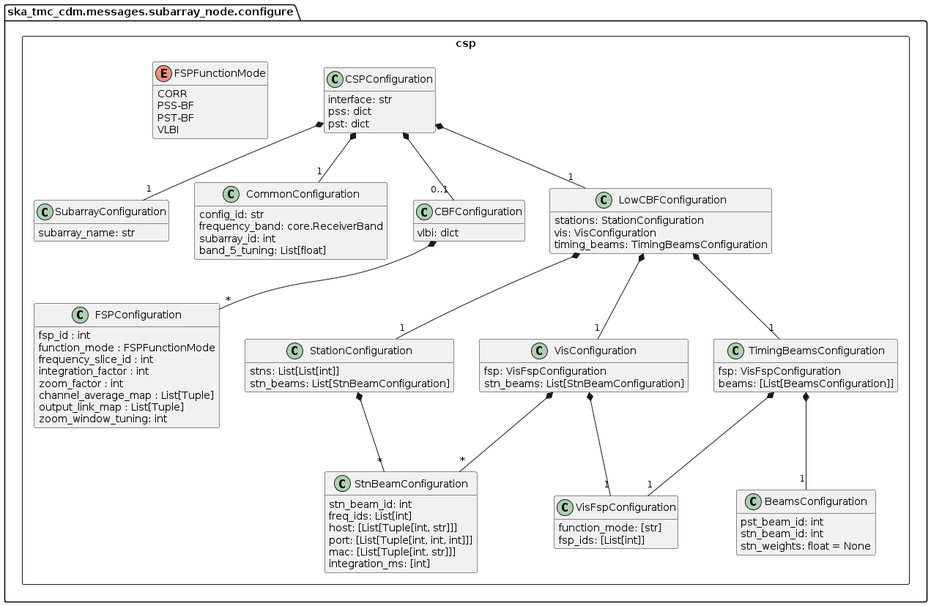
Earlier version of the PlantUML export docs/src/developer/subarraynode/csp.png (ska-telescope/cdm-shared-library).
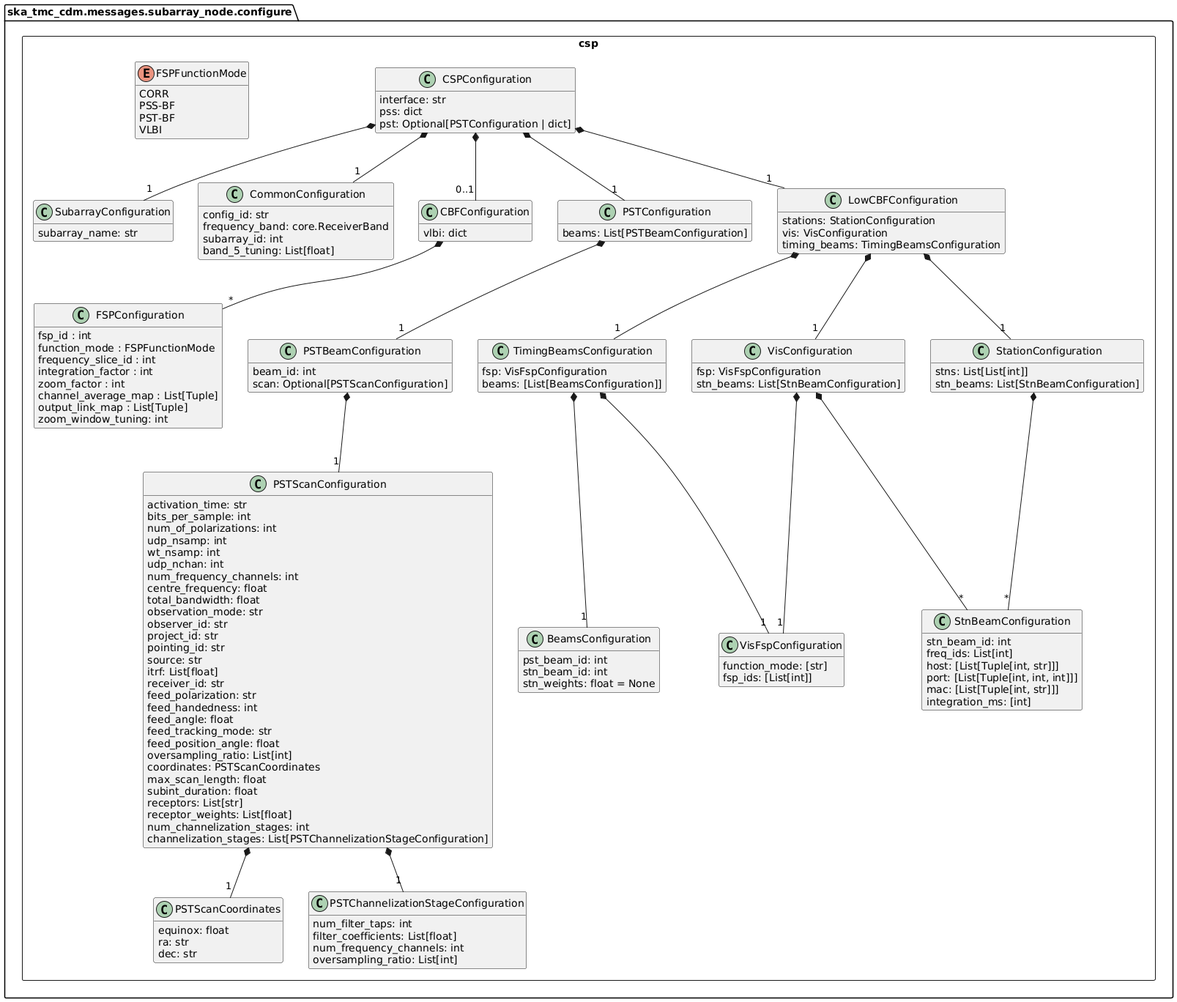
After the commit.

Diff of the diagram source:
```diff
@@ -41,10 +41,64 @@
 			zoom_window_tuning: int
 		}
 
+		class PSTScanConfiguration {
+			activation_time: str
+			bits_per_sample: int
+			num_of_polarizations: int
+			udp_nsamp: int
+			wt_nsamp: int
+			udp_nchan: int
+			num_frequency_channels: int
+			centre_frequency: float
+			total_bandwidth: float
+			observation_mode: str
+			observer_id: str
+			project_id: str
+			pointing_id: str
+			source: str
+			itrf: List[float]
+			receiver_id: str
+			feed_polarization: str
+			feed_handedness: int
+			feed_angle: float
+			feed_tracking_mode: str
+			feed_position_angle: float
+			oversampling_ratio: List[int]
+			coordinates: PSTScanCoordinates
+			max_scan_length: float
+			subint_duration: float
+			receptors: List[str]
+			receptor_weights: List[float]
+			num_channelization_stages: int
+			channelization_stages: List[PSTChannelizationStageConfiguration]
+		}
+
+		class PSTBeamConfiguration {
+			beam_id: int
+            scan: Optional[PSTScanConfiguration]
+		}
+
+		class PSTScanCoordinates {
+			equinox: float
+			ra: str
+			dec: str
+		}
+
+		class PSTChannelizationStageConfiguration {
+			num_filter_taps: int
+			filter_coefficients: List[float]
+			num_frequency_channels: int
+			oversampling_ratio: List[int]
+		}
+
+		class PSTConfiguration {
+			beams: List[PSTBeamConfiguration]
+		}
+
 		class CSPConfiguration {
 	        interface: str
 	        pss: dict
-	        pst: dict
+	        pst: Optional[PSTConfiguration | dict]
 
 		}
 
@@ -94,6 +148,11 @@
 		CSPConfiguration *-- "1" SubarrayConfiguration
 		CSPConfiguration *-- "0..1" CBFConfiguration
 		CSPConfiguration *-- "1" LowCBFConfiguration
+		CSPConfiguration *-- "1" PSTConfiguration
+		PSTConfiguration *-- "1" PSTBeamConfiguration
+		PSTBeamConfiguration *-- "1" PSTScanConfiguration
+		PSTScanConfiguration *-- "1" PSTChannelizationStageConfiguration
+		PSTScanConfiguration *-- "1" PSTScanCoordinates
 		LowCBFConfiguration *-- "1" StationConfiguration
 		LowCBFConfiguration *-- "1" VisConfiguration
 		LowCBFConfiguration *-- "1" TimingBeamsConfiguration
```
